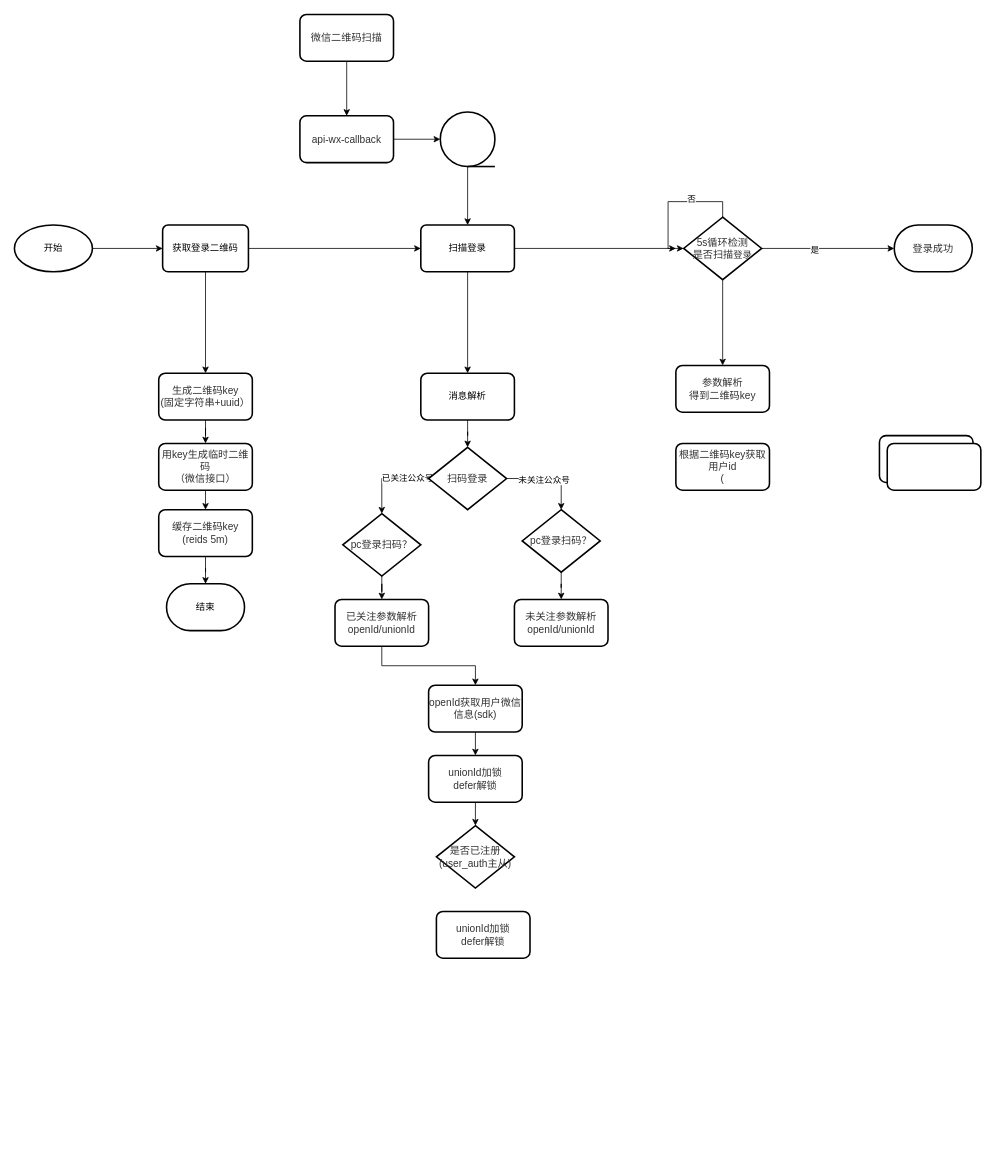
xiell2016/hetaoDesign keeps this draw.io diagram as 登录.drawio. Above is the earlier version. Source tidied: cells renumbered, new cells numbered last; positions are measured from the earlier drawing's top-left corner, leaving out a move shared by most shapes. Both pictures are drawn from the tidied source at 78%, with x=0, y=0 at pixel (14, 14).
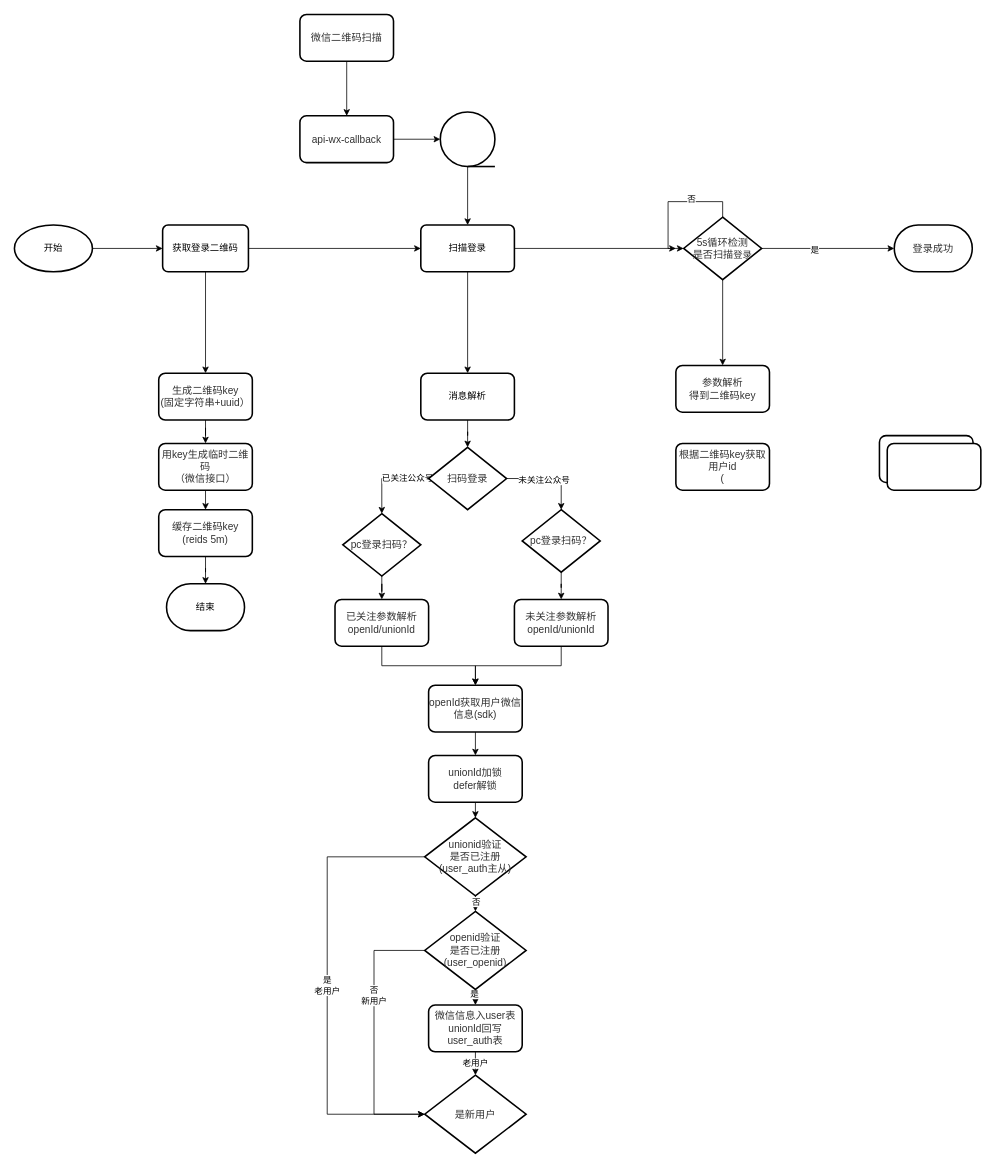
The same diagram, later.

The change refers to these unchanged cells:
```xml
<mxCell id="25" value="&lt;span style=&quot;color: rgb(50 , 50 , 50) ; font-size: 13px ; background-color: rgba(255 , 255 , 255 , 0.008)&quot;&gt;unionId加锁&lt;/span&gt;&lt;div style=&quot;resize: none ; outline: none ; font-size: 13px ; color: rgb(50 , 50 , 50) ; background-color: rgba(255 , 255 , 255 , 0.008)&quot;&gt;defer解锁&lt;/div&gt;" style="whiteSpace=wrap;html=1;rounded=1;strokeWidth=2;arcSize=14;" parent="1" vertex="1">
  <mxGeometry x="531" y="950" width="120" height="60" as="geometry" />
</mxCell>
<mxCell id="49" value="&lt;span style=&quot;color: rgb(50 , 50 , 50) ; font-size: 13px ; background-color: rgba(255 , 255 , 255 , 0.008)&quot;&gt;未关注参数解析&lt;/span&gt;&lt;br style=&quot;color: rgb(50 , 50 , 50) ; font-size: 13px ; background-color: rgba(255 , 255 , 255 , 0.008)&quot;&gt;&lt;div style=&quot;resize: none ; outline: none ; font-size: 13px ; color: rgb(50 , 50 , 50) ; background-color: rgba(255 , 255 , 255 , 0.008)&quot;&gt;openId/unionId&lt;/div&gt;" style="whiteSpace=wrap;html=1;rounded=1;strokeWidth=2;arcSize=14;" parent="1" vertex="1">
  <mxGeometry x="641" y="750" width="120" height="60" as="geometry" />
</mxCell>
<mxCell id="51" value="&lt;span style=&quot;color: rgb(50 , 50 , 50) ; font-size: 13px ; background-color: rgba(255 , 255 , 255 , 0.008)&quot;&gt;openId获取用户微信信息(sdk)&lt;/span&gt;" style="whiteSpace=wrap;html=1;rounded=1;strokeWidth=2;arcSize=14;" parent="1" vertex="1">
  <mxGeometry x="531" y="860" width="120" height="60" as="geometry" />
</mxCell>
```

Diff of the diagram source:
```diff
@@
-    <mxCell id="24" style="edgeStyle=orthogonalEdgeStyle;rounded=0;jettySize=auto;html=1;" parent="1" edge="1" source="25">
-      <mxGeometry relative="1" as="geometry">
-        <mxPoint x="591" y="1040" as="targetPoint" />
-      </mxGeometry>
-    </mxCell>
+    <mxCell id="54" style="edgeStyle=orthogonalEdgeStyle;rounded=0;jettySize=auto;html=1;exitX=0.5;exitY=1;exitDx=0;exitDy=0;entryX=0.5;entryY=0;entryDx=0;entryDy=0;entryPerimeter=0;" parent="1" edge="1" source="25" target="52">
+      <mxGeometry relative="1" as="geometry" />
+    </mxCell>
@@
+    <mxCell id="55" style="edgeStyle=orthogonalEdgeStyle;rounded=0;jettySize=auto;html=1;exitX=0.5;exitY=1;exitDx=0;exitDy=0;entryX=0.5;entryY=0;entryDx=0;entryDy=0;" parent="1" edge="1" source="49" target="51">
+      <mxGeometry relative="1" as="geometry" />
+    </mxCell>
@@
+    <mxCell id="56" style="edgeStyle=orthogonalEdgeStyle;rounded=0;jettySize=auto;html=1;exitX=0.5;exitY=1;exitDx=0;exitDy=0;exitPerimeter=0;entryX=0.5;entryY=0;entryDx=0;entryDy=0;entryPerimeter=0;" parent="1" edge="1" source="52" target="63">
+      <mxGeometry relative="1" as="geometry" />
+    </mxCell>
+    <mxCell id="57" value="否" style="edgeLabel;html=1;align=center;verticalAlign=middle;" parent="56" vertex="1">
+      <mxGeometry x="-0.3" relative="1" as="geometry" />
+    </mxCell>
+    <mxCell id="58" value="是&lt;br&gt;老用户" style="edgeStyle=orthogonalEdgeStyle;rounded=0;jettySize=auto;html=1;exitX=0;exitY=0.5;exitDx=0;exitDy=0;exitPerimeter=0;entryX=0;entryY=0.5;entryDx=0;entryDy=0;entryPerimeter=0;" parent="1" edge="1" source="52" target="67">
+      <mxGeometry relative="1" as="geometry">
+        <Array as="points">
+          <mxPoint x="401" y="1080" />
+          <mxPoint x="401" y="1410" />
+        </Array>
+      </mxGeometry>
+    </mxCell>
-    <mxCell id="52" value="&lt;div style=&quot;resize: none ; outline: none ; font-size: 13px ; color: rgb(50 , 50 , 50) ; background-color: rgba(255 , 255 , 255 , 0.008)&quot;&gt;是否已注册&lt;/div&gt;&lt;div style=&quot;resize: none ; outline: none ; font-size: 13px ; color: rgb(50 , 50 , 50) ; background-color: rgba(255 , 255 , 255 , 0.008)&quot;&gt;(user_auth主从)&lt;/div&gt;" style="strokeWidth=2;html=1;shape=mxgraph.flowchart.decision;whiteSpace=wrap;" parent="1" vertex="1">
-      <mxGeometry x="541" y="1040" width="100" height="80" as="geometry" />
+    <mxCell id="52" value="&lt;div style=&quot;resize: none ; outline: none ; font-size: 13px ; color: rgb(50 , 50 , 50) ; background-color: rgba(255 , 255 , 255 , 0.008)&quot;&gt;unionid验证&lt;/div&gt;&lt;div style=&quot;resize: none ; outline: none ; font-size: 13px ; color: rgb(50 , 50 , 50) ; background-color: rgba(255 , 255 , 255 , 0.008)&quot;&gt;是否已注册&lt;/div&gt;&lt;div style=&quot;resize: none ; outline: none ; font-size: 13px ; color: rgb(50 , 50 , 50) ; background-color: rgba(255 , 255 , 255 , 0.008)&quot;&gt;(user_auth主从)&lt;/div&gt;" style="strokeWidth=2;html=1;shape=mxgraph.flowchart.decision;whiteSpace=wrap;" parent="1" vertex="1">
+      <mxGeometry x="526" y="1030" width="130" height="100" as="geometry" />
     </mxCell>
-    <mxCell id="53" value="&lt;span style=&quot;color: rgb(50 , 50 , 50) ; font-size: 13px ; background-color: rgba(255 , 255 , 255 , 0.008)&quot;&gt;unionId加锁&lt;/span&gt;&lt;div style=&quot;resize: none ; outline: none ; font-size: 13px ; color: rgb(50 , 50 , 50) ; background-color: rgba(255 , 255 , 255 , 0.008)&quot;&gt;defer解锁&lt;/div&gt;" style="whiteSpace=wrap;html=1;rounded=1;strokeWidth=2;arcSize=14;" parent="1" vertex="1">
-      <mxGeometry x="541" y="1150" width="120" height="60" as="geometry" />
-    </mxCell>
+    <mxCell id="59" style="edgeStyle=orthogonalEdgeStyle;rounded=0;jettySize=auto;html=1;exitX=0.5;exitY=1;exitDx=0;exitDy=0;exitPerimeter=0;entryX=0.5;entryY=0;entryDx=0;entryDy=0;" parent="1" edge="1" source="63" target="66">
+      <mxGeometry relative="1" as="geometry" />
+    </mxCell>
+    <mxCell id="60" value="是" style="edgeLabel;html=1;align=center;verticalAlign=middle;" parent="59" vertex="1">
+      <mxGeometry x="-0.5" y="-2" relative="1" as="geometry" />
+    </mxCell>
+    <mxCell id="61" style="edgeStyle=orthogonalEdgeStyle;rounded=0;jettySize=auto;html=1;exitX=0;exitY=0.5;exitDx=0;exitDy=0;exitPerimeter=0;entryX=0;entryY=0.5;entryDx=0;entryDy=0;entryPerimeter=0;" parent="1" edge="1" source="63" target="67">
+      <mxGeometry relative="1" as="geometry">
+        <Array as="points">
+          <mxPoint x="461" y="1200" />
+          <mxPoint x="461" y="1410" />
+        </Array>
+      </mxGeometry>
+    </mxCell>
+    <mxCell id="62" value="否&lt;br&gt;新用户" style="edgeLabel;html=1;align=center;verticalAlign=middle;" parent="61" vertex="1">
+      <mxGeometry x="-0.28" y="-1" relative="1" as="geometry" />
+    </mxCell>
+    <mxCell id="63" value="&lt;div style=&quot;resize: none ; outline: none ; font-size: 13px ; color: rgb(50 , 50 , 50) ; background-color: rgba(255 , 255 , 255 , 0.008)&quot;&gt;openid验证&lt;/div&gt;&lt;div style=&quot;resize: none ; outline: none ; font-size: 13px ; color: rgb(50 , 50 , 50) ; background-color: rgba(255 , 255 , 255 , 0.008)&quot;&gt;是否已注册&lt;/div&gt;&lt;div style=&quot;resize: none ; outline: none ; font-size: 13px ; color: rgb(50 , 50 , 50) ; background-color: rgba(255 , 255 , 255 , 0.008)&quot;&gt;(user_openid)&lt;/div&gt;" style="strokeWidth=2;html=1;shape=mxgraph.flowchart.decision;whiteSpace=wrap;" parent="1" vertex="1">
+      <mxGeometry x="526" y="1150" width="130" height="100" as="geometry" />
+    </mxCell>
+    <mxCell id="64" style="edgeStyle=orthogonalEdgeStyle;rounded=0;jettySize=auto;html=1;exitX=0.5;exitY=1;exitDx=0;exitDy=0;entryX=0.5;entryY=0;entryDx=0;entryDy=0;entryPerimeter=0;" parent="1" edge="1" source="66" target="67">
+      <mxGeometry relative="1" as="geometry" />
+    </mxCell>
+    <mxCell id="65" value="老用户" style="edgeLabel;html=1;align=center;verticalAlign=middle;" parent="64" vertex="1">
+      <mxGeometry x="-0.07" y="-1" relative="1" as="geometry" />
+    </mxCell>
+    <mxCell id="66" value="&lt;font color=&quot;#323232&quot;&gt;&lt;span style=&quot;font-size: 13px ; background-color: rgba(255 , 255 , 255 , 0.008)&quot;&gt;微信信息入user表&lt;br&gt;unionId回写user_auth表&lt;br&gt;&lt;/span&gt;&lt;/font&gt;" style="whiteSpace=wrap;html=1;rounded=1;strokeWidth=2;arcSize=14;" parent="1" vertex="1">
+      <mxGeometry x="531" y="1270" width="120" height="60" as="geometry" />
+    </mxCell>
+    <mxCell id="67" value="&lt;div style=&quot;resize: none ; outline: none ; font-size: 13px ; color: rgb(50 , 50 , 50) ; background-color: rgba(255 , 255 , 255 , 0.008)&quot;&gt;是新用户&lt;/div&gt;" style="strokeWidth=2;html=1;shape=mxgraph.flowchart.decision;whiteSpace=wrap;" parent="1" vertex="1">
+      <mxGeometry x="526" y="1360" width="130" height="100" as="geometry" />
+    </mxCell>
```
